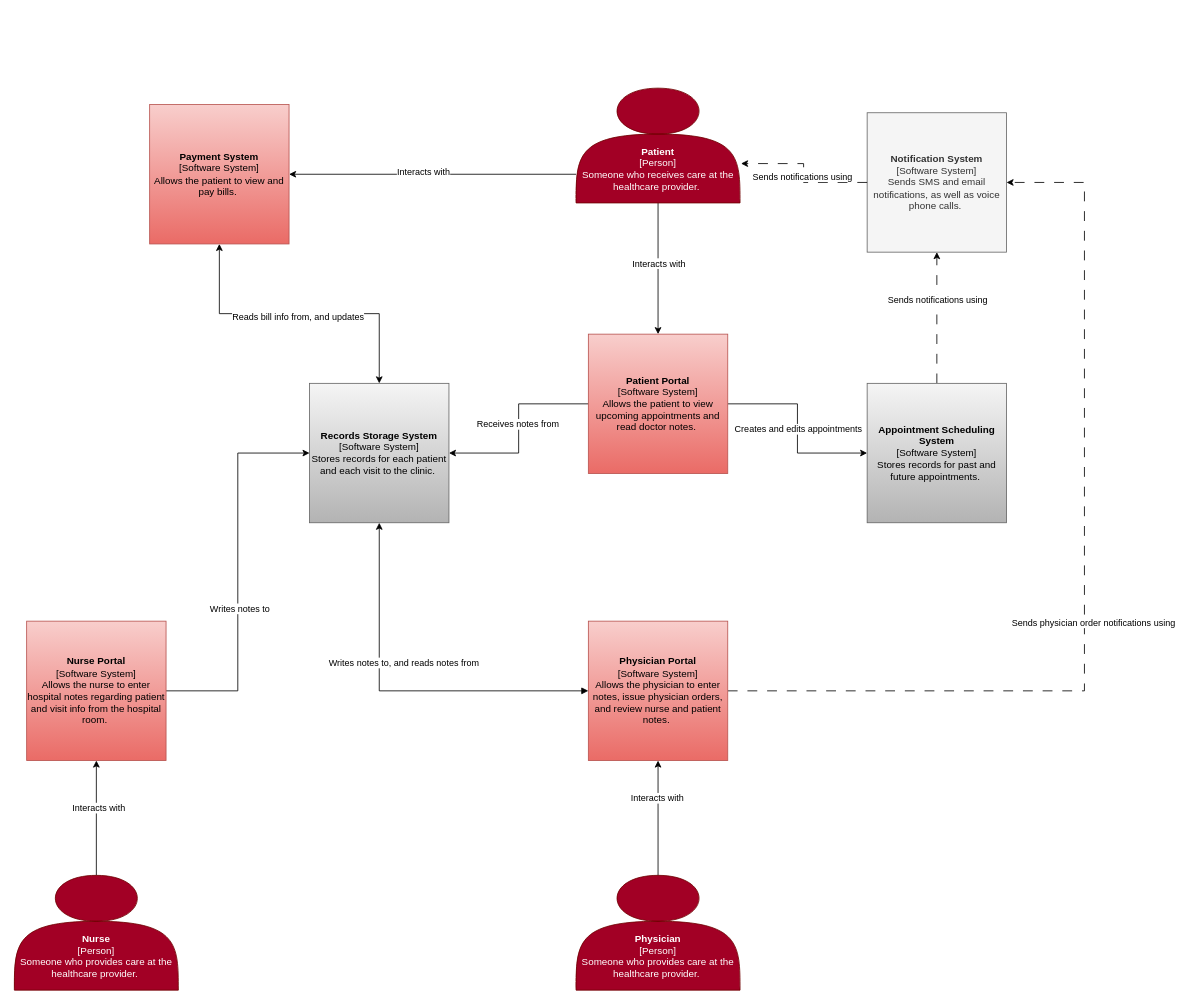
This is 8470-EHR-Lab.drawio from mestabrookuno/8470-assignments, a draw.io file, before an edit. Source tidied: cells renumbered, new cells numbered last; positions are measured from the earlier drawing's top-left corner, leaving out a move shared by most shapes. Both pictures are drawn from the tidied source at 82%, with x=0, y=0 at pixel (14, 88).
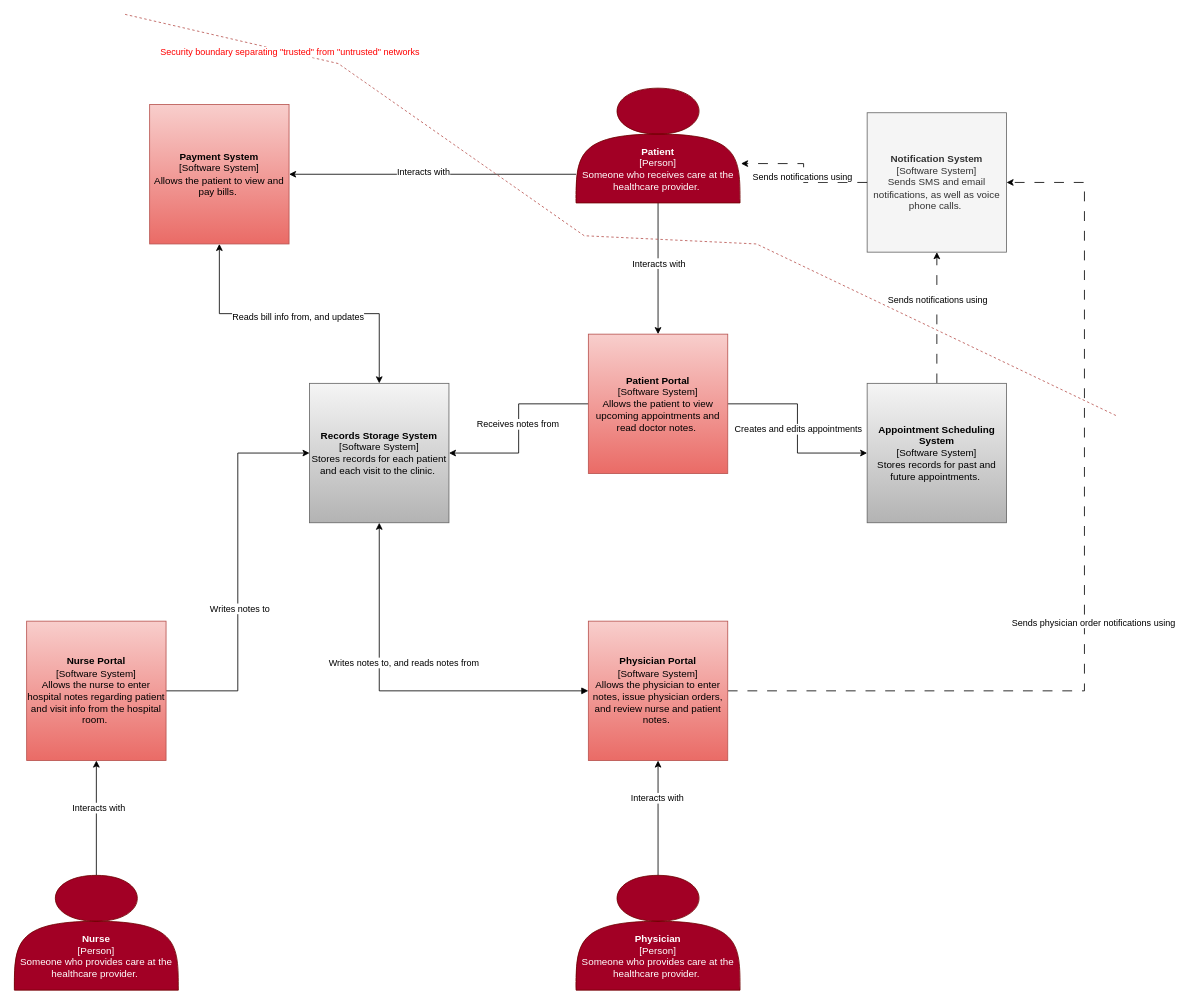
Above is the later version.

Commit message:
Added security boundary separating trusted and untrusted systems.

Diff of the diagram source:
```diff
@@
+    <mxCell id="36" style="endArrow=none;dashed=1;html=1;rounded=0;strokeWidth=1;fillColor=#f8cecc;strokeColor=#b85450;" parent="1" edge="1">
+      <mxGeometry relative="1" as="geometry">
+        <mxPoint x="135" y="-90" as="sourcePoint" />
+        <mxPoint x="1345" y="400" as="targetPoint" />
+        <Array as="points">
+          <mxPoint x="395" y="-30" />
+          <mxPoint x="695" y="180" />
+          <mxPoint x="905" y="190" />
+        </Array>
+      </mxGeometry>
+    </mxCell>
+    <mxCell id="37" value="Security boundary separating &quot;trusted&quot; from &quot;untrusted&quot; networks" style="edgeLabel;html=1;align=center;verticalAlign=middle;fontColor=#FF0000;" parent="36" vertex="1">
+      <mxGeometry x="-0.69" y="1" relative="1" as="geometry" />
+    </mxCell>
```
